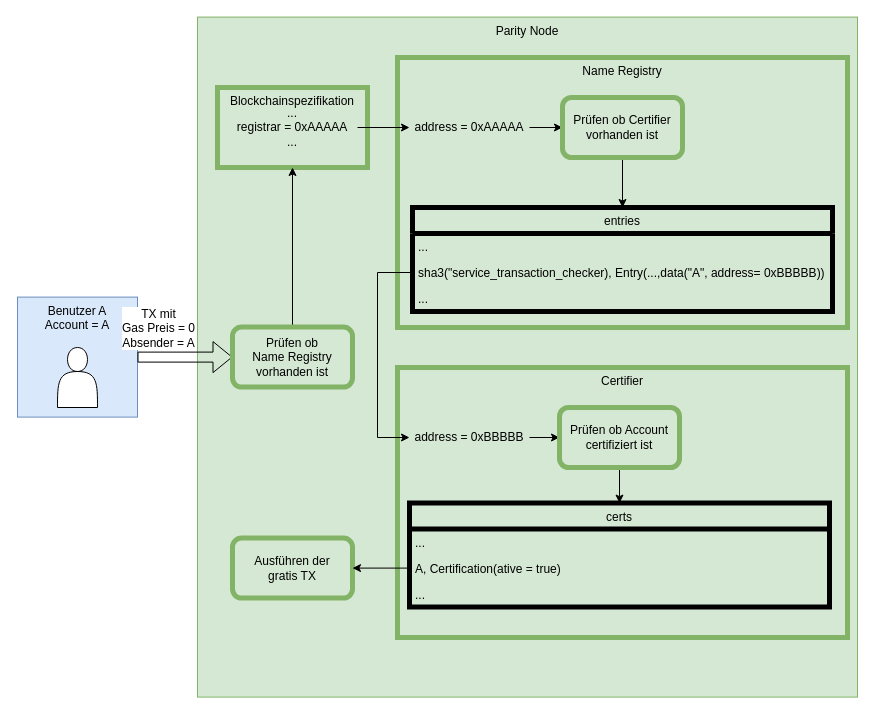
This is Report/images/src/parity_node.drawio from Geryones/BlockChain_TransactionManager, a draw.io file, before an edit. Source tidied: cells renumbered, new cells numbered last; positions are measured from the earlier drawing's top-left corner, leaving out a move shared by most shapes. Both pictures are drawn from the tidied source at 100%, with x=0, y=0 at pixel (17, 17).
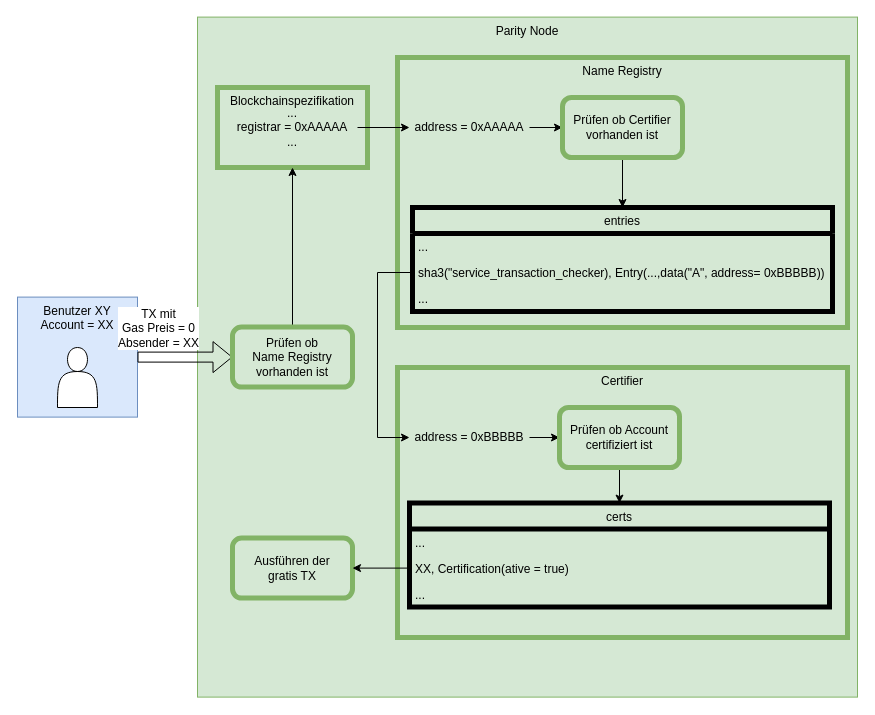
Above is the later version.

Unchanged cells that the change refers to:
```xml
<mxCell id="16" value="certs" style="swimlane;fontStyle=0;horizontal=1;startSize=26;fillColor=none;strokeWidth=5;" parent="1" vertex="1">
  <mxGeometry x="392" y="485.6" width="420" height="104" as="geometry" />
</mxCell>
<mxCell id="23" style="shape=flexArrow;endArrow=classic;html=1;" parent="1" edge="1" source="3" target="30">
  <mxGeometry relative="1" as="geometry" />
</mxCell>
```

Change to the diagram source:
```diff
@@
-    <mxCell id="3" value="Benutzer A&lt;br&gt;Account = A" style="rounded=0;whiteSpace=wrap;html=1;fillColor=#dae8fc;strokeColor=#6c8ebf;verticalAlign=top;" parent="1" vertex="1">
+    <mxCell id="3" value="Benutzer XY&lt;br&gt;Account = XX" style="rounded=0;whiteSpace=wrap;html=1;fillColor=#dae8fc;strokeColor=#6c8ebf;verticalAlign=top;" parent="1" vertex="1">
       <mxGeometry y="279.6" width="120" height="120" as="geometry" />
     </mxCell>
@@
-    <mxCell id="18" value="A, Certification(ative = true)" style="text;strokeColor=none;fillColor=none;align=left;verticalAlign=top;spacingLeft=4;spacingRight=4;overflow=hidden;points=[[0,0.5],[1,0.5]];portConstraint=eastwest;" parent="16" vertex="1">
+    <mxCell id="18" value="XX, Certification(ative = true)" style="text;strokeColor=none;fillColor=none;align=left;verticalAlign=top;spacingLeft=4;spacingRight=4;overflow=hidden;points=[[0,0.5],[1,0.5]];portConstraint=eastwest;" parent="16" vertex="1">
       <mxGeometry y="52" width="420" height="26" as="geometry" />
     </mxCell>
@@
-    <mxCell id="24" value="TX mit &lt;br&gt;Gas Preis = 0&lt;br&gt;Absender = A" style="text;html=1;align=center;verticalAlign=middle;labelBackgroundColor=#ffffff;" parent="23" vertex="1">
+    <mxCell id="24" value="TX mit &lt;br&gt;Gas Preis = 0&lt;br&gt;Absender = XX" style="text;html=1;align=center;verticalAlign=middle;labelBackgroundColor=#ffffff;" parent="23" vertex="1">
       <mxGeometry x="-0.58" y="3" relative="1" as="geometry">
         <mxPoint y="-26.6" as="offset" />
       </mxGeometry>
     </mxCell>
```
